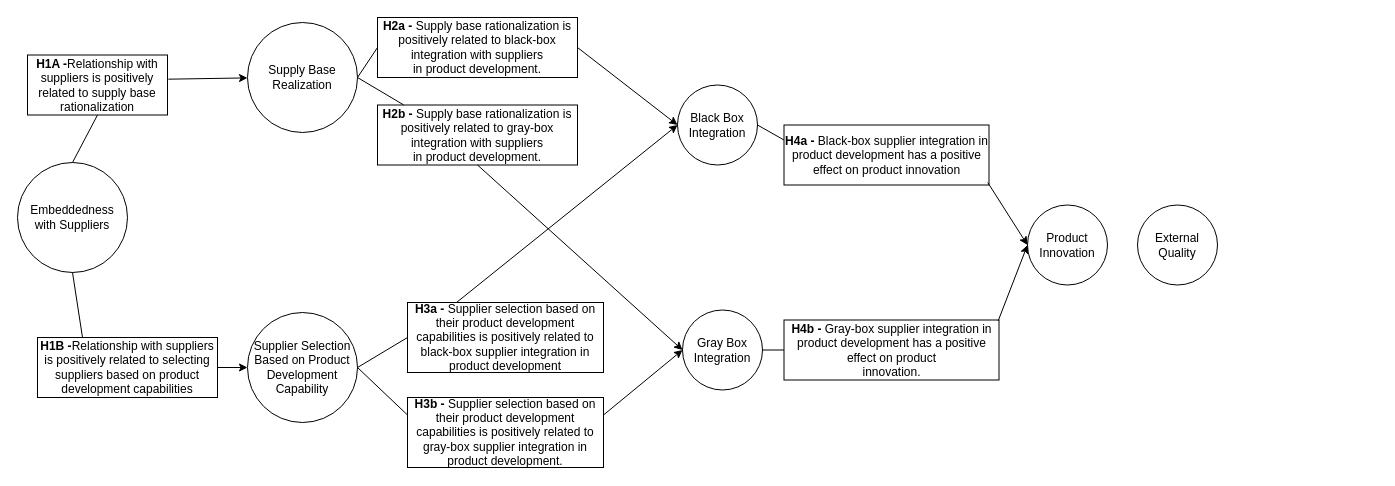
abrowntx/PHPSandbox keeps this draw.io diagram as blackboxgraybox.drawio. Above is the earlier version. Source tidied: cells renumbered, new cells numbered last; positions are measured from the earlier drawing's top-left corner, leaving out a move shared by most shapes. Both pictures are drawn from the tidied source at 100%, with x=0, y=0 at pixel (17, 17).
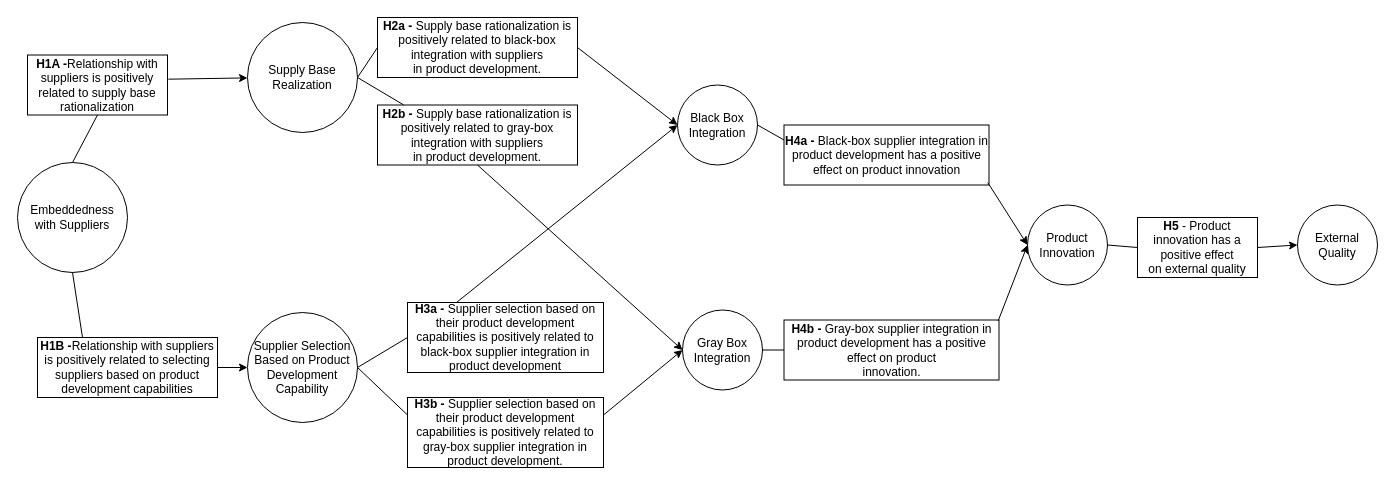
Above is the later version.

Unchanged cells that the change refers to:
```xml
<mxCell id="7" value="Product Innovation" style="ellipse;whiteSpace=wrap;html=1;" parent="1" vertex="1">
  <mxGeometry x="1010" y="187.5" width="80" height="80" as="geometry" />
</mxCell>
```

Change to the diagram source:
```diff
@@
     <mxCell id="8" value="External Quality" style="ellipse;whiteSpace=wrap;html=1;" parent="1" vertex="1">
-      <mxGeometry x="1120" y="187.5" width="80" height="80" as="geometry" />
+      <mxGeometry x="1280" y="187.5" width="80" height="80" as="geometry" />
     </mxCell>
@@
+    <mxCell id="33" value="&lt;b&gt;H5&lt;/b&gt;&amp;nbsp;-&amp;nbsp;Product innovation has a positive effect&lt;br/&gt;on external quality" style="rounded=0;whiteSpace=wrap;html=1;" parent="1" vertex="1">
+      <mxGeometry x="1120" y="200" width="120" height="60" as="geometry" />
+    </mxCell>
+    <mxCell id="34" style="endArrow=none;html=1;exitX=1;exitY=0.5;exitDx=0;exitDy=0;entryX=0;entryY=0.5;entryDx=0;entryDy=0;" parent="1" edge="1" source="7" target="33">
+      <mxGeometry relative="1" as="geometry" />
+    </mxCell>
+    <mxCell id="35" style="endArrow=classic;html=1;exitX=1;exitY=0.5;exitDx=0;exitDy=0;entryX=0;entryY=0.5;entryDx=0;entryDy=0;" parent="1" edge="1" source="33" target="8">
+      <mxGeometry relative="1" as="geometry" />
+    </mxCell>
```
